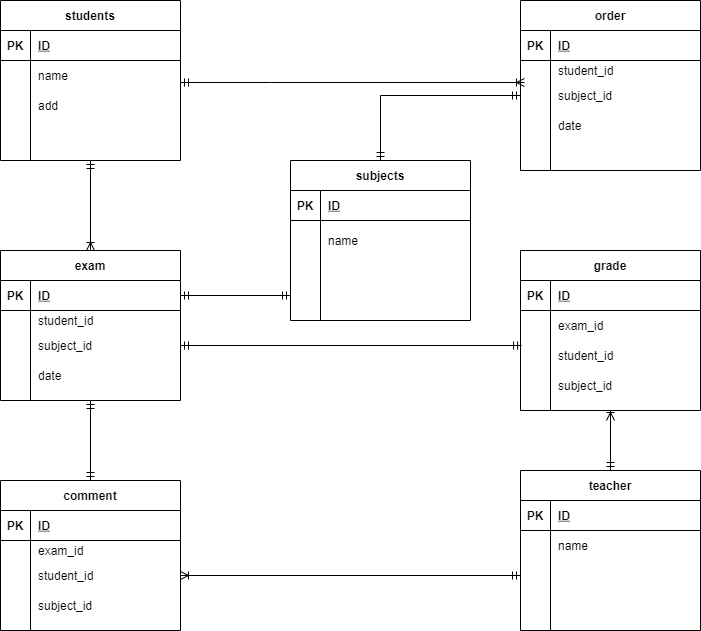
Above: .drawio.png in atsucot/ER-1 (draw.io), before the change. Source tidied: cells renumbered, new cells last; positions are measured from the earlier drawing's top-left corner, leaving out a move shared by most shapes.
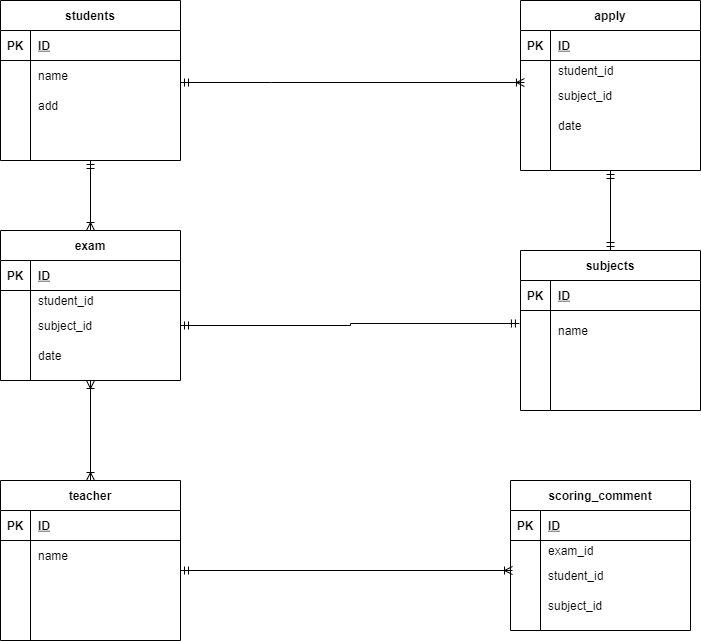
After the change.

Change to the diagram source:
```diff
@@ -53,7 +53,7 @@
       <mxGeometry x="30" width="150" height="30" as="geometry" />
     </mxCell>
     <mxCell id="17" value="teacher" style="shape=table;startSize=30;rowLines=0;fontStyle=1;align=center;" parent="1" vertex="1">
-      <mxGeometry x="520" y="470" width="180" height="160" as="geometry" />
+      <mxGeometry y="480" width="180" height="160" as="geometry" />
     </mxCell>
     <mxCell id="18" style="shape=partialRectangle;fillColor=none;top=0;left=0;bottom=1;right=0;" parent="17" vertex="1">
       <mxGeometry y="30" width="180" height="30" as="geometry" />
@@ -91,11 +91,11 @@
     <mxCell id="29" style="shape=partialRectangle;fillColor=none;top=0;left=0;bottom=0;right=0;align=left;spacingLeft=6;overflow=hidden;" parent="27" vertex="1">
       <mxGeometry x="30" width="150" height="30" as="geometry" />
     </mxCell>
-    <mxCell id="30" style="edgeStyle=orthogonalEdgeStyle;rounded=0;jettySize=auto;html=1;entryX=0.5;entryY=0;entryDx=0;entryDy=0;startArrow=ERmandOne;startFill=0;endArrow=ERmandOne;endFill=0;" parent="1" edge="1" source="31" target="57">
-      <mxGeometry relative="1" as="geometry" />
-    </mxCell>
+    <mxCell id="104" style="edgeStyle=orthogonalEdgeStyle;rounded=0;jettySize=auto;html=1;entryX=0.5;entryY=0;entryDx=0;entryDy=0;startArrow=ERoneToMany;startFill=0;endArrow=ERoneToMany;endFill=0;" parent="1" edge="1" source="31" target="17">
+      <mxGeometry relative="1" as="geometry" />
+    </mxCell>
     <mxCell id="31" value="exam" style="shape=table;startSize=30;rowLines=0;fontStyle=1;align=center;" parent="1" vertex="1">
-      <mxGeometry y="250" width="180" height="150" as="geometry" />
+      <mxGeometry y="230" width="180" height="150" as="geometry" />
     </mxCell>
     <mxCell id="32" style="shape=partialRectangle;fillColor=none;top=0;left=0;bottom=1;right=0;points=[[0,0.5],[1,0.5]];portConstraint=eastwest;" parent="31" vertex="1">
       <mxGeometry y="30" width="180" height="30" as="geometry" />
@@ -133,47 +133,8 @@
     <mxCell id="43" value="date" style="shape=partialRectangle;fillColor=none;top=0;left=0;bottom=0;right=0;align=left;spacingLeft=6;overflow=hidden;" parent="41" vertex="1">
       <mxGeometry x="30" width="150" height="30" as="geometry" />
     </mxCell>
-    <mxCell id="44" value="grade" style="shape=table;startSize=30;rowLines=0;fontStyle=1;align=center;" parent="1" vertex="1">
-      <mxGeometry x="520" y="250" width="180" height="160" as="geometry" />
-    </mxCell>
-    <mxCell id="45" style="shape=partialRectangle;fillColor=none;top=0;left=0;bottom=1;right=0;" parent="44" vertex="1">
-      <mxGeometry y="30" width="180" height="30" as="geometry" />
-    </mxCell>
-    <mxCell id="46" value="PK" style="shape=partialRectangle;fillColor=none;top=0;left=0;bottom=0;right=0;fontStyle=1;overflow=hidden;" parent="45" vertex="1">
-      <mxGeometry width="30" height="30" as="geometry" />
-    </mxCell>
-    <mxCell id="47" value="ID" style="shape=partialRectangle;fillColor=none;top=0;left=0;bottom=0;right=0;align=left;spacingLeft=6;fontStyle=5;overflow=hidden;" parent="45" vertex="1">
-      <mxGeometry x="30" width="150" height="30" as="geometry" />
-    </mxCell>
-    <mxCell id="48" style="shape=partialRectangle;fillColor=none;top=0;left=0;bottom=0;right=0;" parent="44" vertex="1">
-      <mxGeometry y="60" width="180" height="30" as="geometry" />
-    </mxCell>
-    <mxCell id="49" style="shape=partialRectangle;fillColor=none;top=0;left=0;bottom=0;right=0;overflow=hidden;" parent="48" vertex="1">
-      <mxGeometry width="30" height="30" as="geometry" />
-    </mxCell>
-    <mxCell id="50" value="exam_id" style="shape=partialRectangle;fillColor=none;top=0;left=0;bottom=0;right=0;align=left;spacingLeft=6;overflow=hidden;" parent="48" vertex="1">
-      <mxGeometry x="30" width="150" height="30" as="geometry" />
-    </mxCell>
-    <mxCell id="51" style="shape=partialRectangle;fillColor=none;top=0;left=0;bottom=0;right=0;points=[[0,0.5],[1,0.5]];portConstraint=eastwest;" parent="44" vertex="1">
-      <mxGeometry y="90" width="180" height="30" as="geometry" />
-    </mxCell>
-    <mxCell id="52" style="shape=partialRectangle;fillColor=none;top=0;left=0;bottom=0;right=0;overflow=hidden;" parent="51" vertex="1">
-      <mxGeometry width="30" height="30" as="geometry" />
-    </mxCell>
-    <mxCell id="53" value="student_id" style="shape=partialRectangle;fillColor=none;top=0;left=0;bottom=0;right=0;align=left;spacingLeft=6;overflow=hidden;" parent="51" vertex="1">
-      <mxGeometry x="30" width="150" height="30" as="geometry" />
-    </mxCell>
-    <mxCell id="54" style="shape=partialRectangle;fillColor=none;top=0;left=0;bottom=0;right=0;" parent="44" vertex="1">
-      <mxGeometry y="120" width="180" height="30" as="geometry" />
-    </mxCell>
-    <mxCell id="55" style="shape=partialRectangle;fillColor=none;top=0;left=0;bottom=0;right=0;overflow=hidden;" parent="54" vertex="1">
-      <mxGeometry width="30" height="30" as="geometry" />
-    </mxCell>
-    <mxCell id="56" value="subject_id" style="shape=partialRectangle;fillColor=none;top=0;left=0;bottom=0;right=0;align=left;spacingLeft=6;overflow=hidden;" parent="54" vertex="1">
-      <mxGeometry x="30" width="150" height="30" as="geometry" />
-    </mxCell>
-    <mxCell id="57" value="comment" style="shape=table;startSize=30;rowLines=0;fontStyle=1;align=center;" parent="1" vertex="1">
-      <mxGeometry y="480" width="180" height="150" as="geometry" />
+    <mxCell id="57" value="scoring_comment" style="shape=table;startSize=30;rowLines=0;fontStyle=1;align=center;" parent="1" vertex="1">
+      <mxGeometry x="510" y="480" width="180" height="150" as="geometry" />
     </mxCell>
     <mxCell id="58" style="shape=partialRectangle;fillColor=none;top=0;left=0;bottom=1;right=0;" parent="57" vertex="1">
       <mxGeometry y="30" width="180" height="30" as="geometry" />
@@ -211,11 +172,11 @@
     <mxCell id="69" value="subject_id" style="shape=partialRectangle;fillColor=none;top=0;left=0;bottom=0;right=0;align=left;spacingLeft=6;overflow=hidden;" parent="67" vertex="1">
       <mxGeometry x="30" width="150" height="30" as="geometry" />
     </mxCell>
-    <mxCell id="70" style="edgeStyle=orthogonalEdgeStyle;rounded=0;jettySize=auto;html=1;entryX=0;entryY=0.5;entryDx=0;entryDy=0;startArrow=ERmandOne;startFill=0;endArrow=ERmandOne;endFill=0;" parent="1" edge="1" source="71" target="91">
+    <mxCell id="70" style="edgeStyle=orthogonalEdgeStyle;rounded=0;jettySize=auto;html=1;startArrow=ERmandOne;startFill=0;endArrow=ERmandOne;endFill=0;entryX=0.5;entryY=1;entryDx=0;entryDy=0;entryPerimeter=0;" parent="1" edge="1" source="71" target="97">
       <mxGeometry relative="1" as="geometry" />
     </mxCell>
     <mxCell id="71" value="subjects" style="shape=table;startSize=30;rowLines=0;fontStyle=1;align=center;" parent="1" vertex="1">
-      <mxGeometry x="290" y="160" width="180" height="160" as="geometry" />
+      <mxGeometry x="520" y="250" width="180" height="160" as="geometry" />
     </mxCell>
     <mxCell id="72" style="shape=partialRectangle;fillColor=none;top=0;left=0;bottom=1;right=0;" parent="71" vertex="1">
       <mxGeometry y="30" width="180" height="30" as="geometry" />
@@ -253,7 +214,7 @@
     <mxCell id="83" style="shape=partialRectangle;fillColor=none;top=0;left=0;bottom=0;right=0;align=left;spacingLeft=6;overflow=hidden;" parent="81" vertex="1">
       <mxGeometry x="30" width="150" height="30" as="geometry" />
     </mxCell>
-    <mxCell id="84" value="order" style="shape=table;startSize=30;rowLines=0;fontStyle=1;align=center;" parent="1" vertex="1">
+    <mxCell id="84" value="apply" style="shape=table;startSize=30;rowLines=0;fontStyle=1;align=center;" parent="1" vertex="1">
       <mxGeometry x="520" width="180" height="170" as="geometry" />
     </mxCell>
     <mxCell id="85" style="shape=partialRectangle;fillColor=none;top=0;left=0;bottom=1;right=0;" parent="84" vertex="1">
@@ -301,22 +262,16 @@
     <mxCell id="99" style="shape=partialRectangle;fillColor=none;top=0;left=0;bottom=0;right=0;align=left;spacingLeft=6;overflow=hidden;" parent="97" vertex="1">
       <mxGeometry x="30" width="150" height="30" as="geometry" />
     </mxCell>
-    <mxCell id="100" style="edgeStyle=orthogonalEdgeStyle;rounded=0;jettySize=auto;html=1;startArrow=ERmandOne;startFill=0;endArrow=ERoneToMany;endFill=0;exitX=0.5;exitY=0;exitDx=0;exitDy=0;" parent="1" edge="1" source="17">
-      <mxGeometry relative="1" as="geometry">
-        <mxPoint x="610" y="420" as="targetPoint" />
-        <Array as="points">
-          <mxPoint x="610" y="410" />
-        </Array>
-      </mxGeometry>
-    </mxCell>
-    <mxCell id="101" style="edgeStyle=orthogonalEdgeStyle;rounded=0;jettySize=auto;html=1;entryX=0.006;entryY=0.167;entryDx=0;entryDy=0;entryPerimeter=0;startArrow=ERmandOne;startFill=0;endArrow=ERmandOne;endFill=0;" parent="1" edge="1" source="38" target="51">
-      <mxGeometry relative="1" as="geometry" />
-    </mxCell>
-    <mxCell id="102" style="edgeStyle=orthogonalEdgeStyle;rounded=0;jettySize=auto;html=1;startArrow=ERmandOne;startFill=0;endArrow=ERoneToMany;endFill=0;entryX=1;entryY=0.5;entryDx=0;entryDy=0;" parent="1" edge="1" source="24" target="64">
-      <mxGeometry relative="1" as="geometry" />
-    </mxCell>
-    <mxCell id="103" style="edgeStyle=orthogonalEdgeStyle;rounded=0;jettySize=auto;html=1;exitX=1;exitY=0.5;exitDx=0;exitDy=0;entryX=0;entryY=0.5;entryDx=0;entryDy=0;startArrow=ERmandOne;startFill=0;endArrow=ERmandOne;endFill=0;" parent="1" edge="1" source="32" target="81">
-      <mxGeometry relative="1" as="geometry" />
-    </mxCell>
+    <mxCell id="105" style="edgeStyle=orthogonalEdgeStyle;rounded=0;jettySize=auto;html=1;endArrow=ERmandOne;endFill=0;startArrow=ERmandOne;startFill=0;entryX=-0.006;entryY=0.325;entryDx=0;entryDy=0;entryPerimeter=0;" parent="1" edge="1" source="38" target="75">
+      <mxGeometry relative="1" as="geometry" />
+    </mxCell>
+    <mxCell id="106" style="edgeStyle=orthogonalEdgeStyle;rounded=0;jettySize=auto;html=1;startArrow=ERmandOne;startFill=0;endArrow=ERoneToMany;endFill=0;" parent="1" edge="1" source="24">
+      <mxGeometry relative="1" as="geometry">
+        <mxPoint x="512" y="570" as="targetPoint" />
+        <Array as="points">
+          <mxPoint x="512" y="570" />
+        </Array>
+      </mxGeometry>
+    </mxCell>
   </root>
 </mxGraphModel>
```
